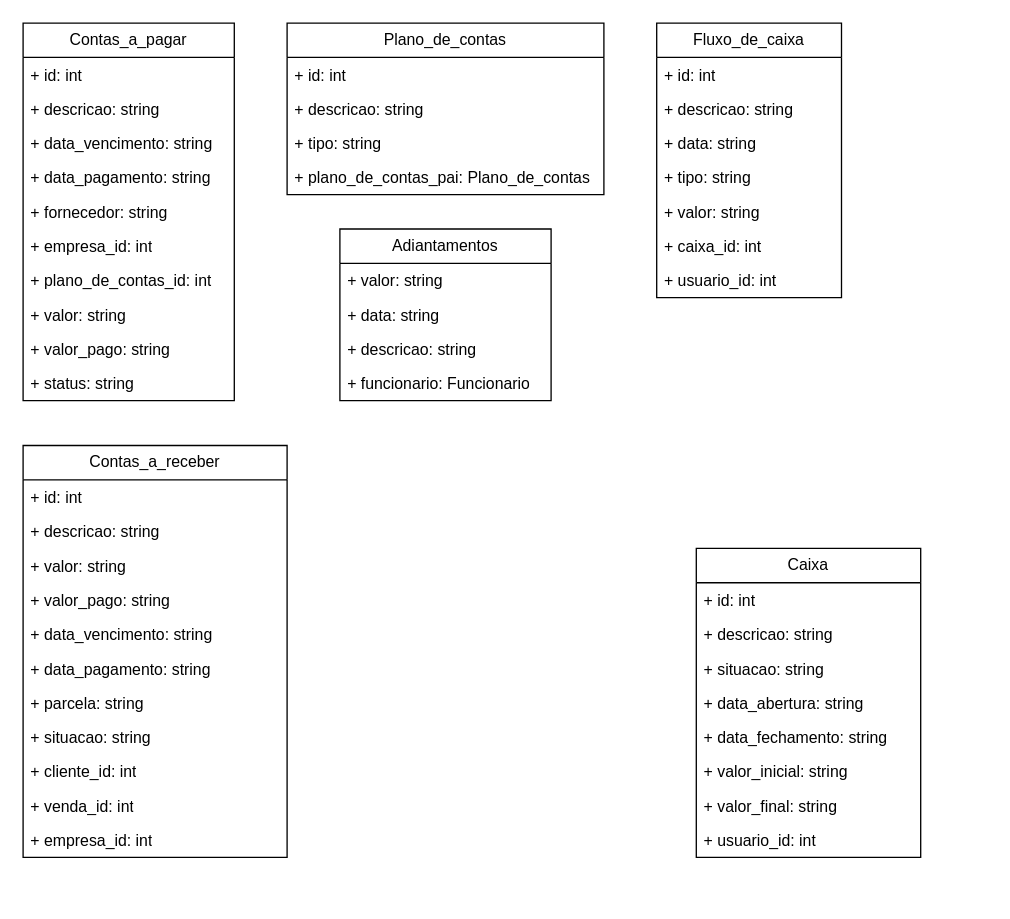
This is page "Financeiro" (2 of 2) of Diagrama sem nome.drawio from FSOFTSistemas/Lago, a draw.io file, before an edit. Source tidied: cells renumbered, new cells numbered last; positions are measured from the earlier drawing's top-left corner, leaving out a move shared by most shapes. Both pictures are drawn from the tidied source at 132%, with x=0, y=0 at pixel (22, 22).
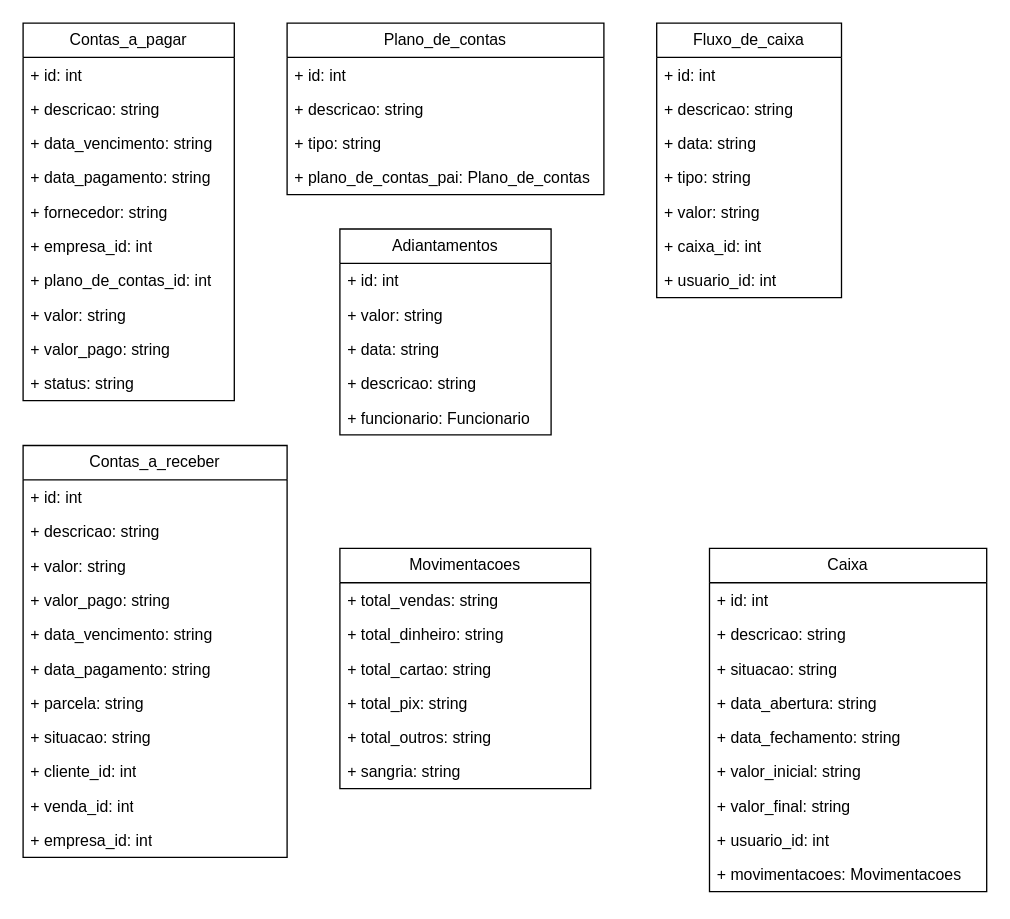
The same diagram, later.

What changed in the source:
```diff
@@
     <mxCell id="33" value="Adiantamentos" style="swimlane;fontStyle=0;horizontal=1;startSize=26;fillColor=none;whiteSpace=wrap;html=1;" parent="1" vertex="1">
-      <mxGeometry x="240" y="156" width="160" height="130" as="geometry" />
+      <mxGeometry x="240" y="156" width="160" height="156" as="geometry" />
     </mxCell>
+    <mxCell id="52" value="+ id: int" style="text;strokeColor=none;fillColor=none;align=left;verticalAlign=top;spacingLeft=4;spacingRight=4;overflow=hidden;whiteSpace=wrap;html=1;" parent="33" vertex="1">
+      <mxGeometry y="26" width="160" height="26" as="geometry" />
+    </mxCell>
     <mxCell id="34" value="+ valor: string" style="text;strokeColor=none;fillColor=none;align=left;verticalAlign=top;spacingLeft=4;spacingRight=4;overflow=hidden;whiteSpace=wrap;html=1;" parent="33" vertex="1">
-      <mxGeometry y="26" width="160" height="26" as="geometry" />
+      <mxGeometry y="52" width="160" height="26" as="geometry" />
     </mxCell>
     <mxCell id="35" value="+ data: string" style="text;strokeColor=none;fillColor=none;align=left;verticalAlign=top;spacingLeft=4;spacingRight=4;overflow=hidden;whiteSpace=wrap;html=1;" parent="33" vertex="1">
-      <mxGeometry y="52" width="160" height="26" as="geometry" />
+      <mxGeometry y="78" width="160" height="26" as="geometry" />
     </mxCell>
     <mxCell id="36" value="+ descricao: string" style="text;strokeColor=none;fillColor=none;align=left;verticalAlign=top;spacingLeft=4;spacingRight=4;overflow=hidden;whiteSpace=wrap;html=1;" parent="33" vertex="1">
-      <mxGeometry y="78" width="160" height="26" as="geometry" />
+      <mxGeometry y="104" width="160" height="26" as="geometry" />
     </mxCell>
     <mxCell id="37" value="+ funcionario: Funcionario" style="text;strokeColor=none;fillColor=none;align=left;verticalAlign=top;spacingLeft=4;spacingRight=4;overflow=hidden;whiteSpace=wrap;html=1;" parent="33" vertex="1">
-      <mxGeometry y="104" width="160" height="26" as="geometry" />
+      <mxGeometry y="130" width="160" height="26" as="geometry" />
     </mxCell>
@@
     <mxCell id="43" value="Caixa" style="swimlane;fontStyle=0;horizontal=1;startSize=26;fillColor=none;whiteSpace=wrap;html=1;" parent="1" vertex="1">
-      <mxGeometry x="510" y="398" width="170" height="234" as="geometry" />
+      <mxGeometry x="520" y="398" width="210" height="260" as="geometry" />
     </mxCell>
     <mxCell id="44" value="+ id: int" style="text;strokeColor=none;fillColor=none;align=left;verticalAlign=top;spacingLeft=4;spacingRight=4;overflow=hidden;whiteSpace=wrap;html=1;" parent="43" vertex="1">
-      <mxGeometry y="26" width="170" height="26" as="geometry" />
+      <mxGeometry y="26" width="210" height="26" as="geometry" />
     </mxCell>
     <mxCell id="45" value="+ descricao: string" style="text;strokeColor=none;fillColor=none;align=left;verticalAlign=top;spacingLeft=4;spacingRight=4;overflow=hidden;whiteSpace=wrap;html=1;" parent="43" vertex="1">
-      <mxGeometry y="52" width="170" height="26" as="geometry" />
+      <mxGeometry y="52" width="210" height="26" as="geometry" />
     </mxCell>
     <mxCell id="46" value="+ situacao: string" style="text;strokeColor=none;fillColor=none;align=left;verticalAlign=top;spacingLeft=4;spacingRight=4;overflow=hidden;whiteSpace=wrap;html=1;" parent="43" vertex="1">
-      <mxGeometry y="78" width="170" height="26" as="geometry" />
+      <mxGeometry y="78" width="210" height="26" as="geometry" />
     </mxCell>
     <mxCell id="47" value="+ data_abertura: string" style="text;strokeColor=none;fillColor=none;align=left;verticalAlign=top;spacingLeft=4;spacingRight=4;overflow=hidden;whiteSpace=wrap;html=1;" parent="43" vertex="1">
-      <mxGeometry y="104" width="170" height="26" as="geometry" />
+      <mxGeometry y="104" width="210" height="26" as="geometry" />
     </mxCell>
     <mxCell id="48" value="+ data_fechamento: string" style="text;strokeColor=none;fillColor=none;align=left;verticalAlign=top;spacingLeft=4;spacingRight=4;overflow=hidden;whiteSpace=wrap;html=1;" parent="43" vertex="1">
-      <mxGeometry y="130" width="170" height="26" as="geometry" />
+      <mxGeometry y="130" width="210" height="26" as="geometry" />
     </mxCell>
     <mxCell id="49" value="+ valor_inicial: string" style="text;strokeColor=none;fillColor=none;align=left;verticalAlign=top;spacingLeft=4;spacingRight=4;overflow=hidden;whiteSpace=wrap;html=1;" parent="43" vertex="1">
-      <mxGeometry y="156" width="170" height="26" as="geometry" />
+      <mxGeometry y="156" width="210" height="26" as="geometry" />
     </mxCell>
     <mxCell id="50" value="+ valor_final: string" style="text;strokeColor=none;fillColor=none;align=left;verticalAlign=top;spacingLeft=4;spacingRight=4;overflow=hidden;whiteSpace=wrap;html=1;" parent="43" vertex="1">
-      <mxGeometry y="182" width="170" height="26" as="geometry" />
+      <mxGeometry y="182" width="210" height="26" as="geometry" />
     </mxCell>
     <mxCell id="51" value="+ usuario_id: int" style="text;strokeColor=none;fillColor=none;align=left;verticalAlign=top;spacingLeft=4;spacingRight=4;overflow=hidden;whiteSpace=wrap;html=1;" parent="43" vertex="1">
-      <mxGeometry y="208" width="170" height="26" as="geometry" />
+      <mxGeometry y="208" width="210" height="26" as="geometry" />
     </mxCell>
+    <mxCell id="53" value="+ movimentacoes: Movimentacoes&amp;nbsp;" style="text;strokeColor=none;fillColor=none;align=left;verticalAlign=top;spacingLeft=4;spacingRight=4;overflow=hidden;whiteSpace=wrap;html=1;" parent="43" vertex="1">
+      <mxGeometry y="234" width="210" height="26" as="geometry" />
+    </mxCell>
+    <mxCell id="54" value="Movimentacoes" style="swimlane;fontStyle=0;horizontal=1;startSize=26;fillColor=none;whiteSpace=wrap;html=1;" parent="1" vertex="1">
+      <mxGeometry x="240" y="398" width="190" height="182" as="geometry" />
+    </mxCell>
+    <mxCell id="55" value="+ total_vendas: string" style="text;strokeColor=none;fillColor=none;align=left;verticalAlign=top;spacingLeft=4;spacingRight=4;overflow=hidden;whiteSpace=wrap;html=1;" parent="54" vertex="1">
+      <mxGeometry y="26" width="190" height="26" as="geometry" />
+    </mxCell>
+    <mxCell id="56" value="+ total_dinheiro: string" style="text;strokeColor=none;fillColor=none;align=left;verticalAlign=top;spacingLeft=4;spacingRight=4;overflow=hidden;whiteSpace=wrap;html=1;" parent="54" vertex="1">
+      <mxGeometry y="52" width="190" height="26" as="geometry" />
+    </mxCell>
+    <mxCell id="57" value="+ total_cartao: string" style="text;strokeColor=none;fillColor=none;align=left;verticalAlign=top;spacingLeft=4;spacingRight=4;overflow=hidden;whiteSpace=wrap;html=1;" parent="54" vertex="1">
+      <mxGeometry y="78" width="190" height="26" as="geometry" />
+    </mxCell>
+    <mxCell id="58" value="+ total_pix: string" style="text;strokeColor=none;fillColor=none;align=left;verticalAlign=top;spacingLeft=4;spacingRight=4;overflow=hidden;whiteSpace=wrap;html=1;" parent="54" vertex="1">
+      <mxGeometry y="104" width="190" height="26" as="geometry" />
+    </mxCell>
+    <mxCell id="59" value="+ total_outros: string" style="text;strokeColor=none;fillColor=none;align=left;verticalAlign=top;spacingLeft=4;spacingRight=4;overflow=hidden;whiteSpace=wrap;html=1;" parent="54" vertex="1">
+      <mxGeometry y="130" width="190" height="26" as="geometry" />
+    </mxCell>
+    <mxCell id="60" value="+ sangria: string" style="text;strokeColor=none;fillColor=none;align=left;verticalAlign=top;spacingLeft=4;spacingRight=4;overflow=hidden;whiteSpace=wrap;html=1;" parent="54" vertex="1">
+      <mxGeometry y="156" width="190" height="26" as="geometry" />
+    </mxCell>
```
